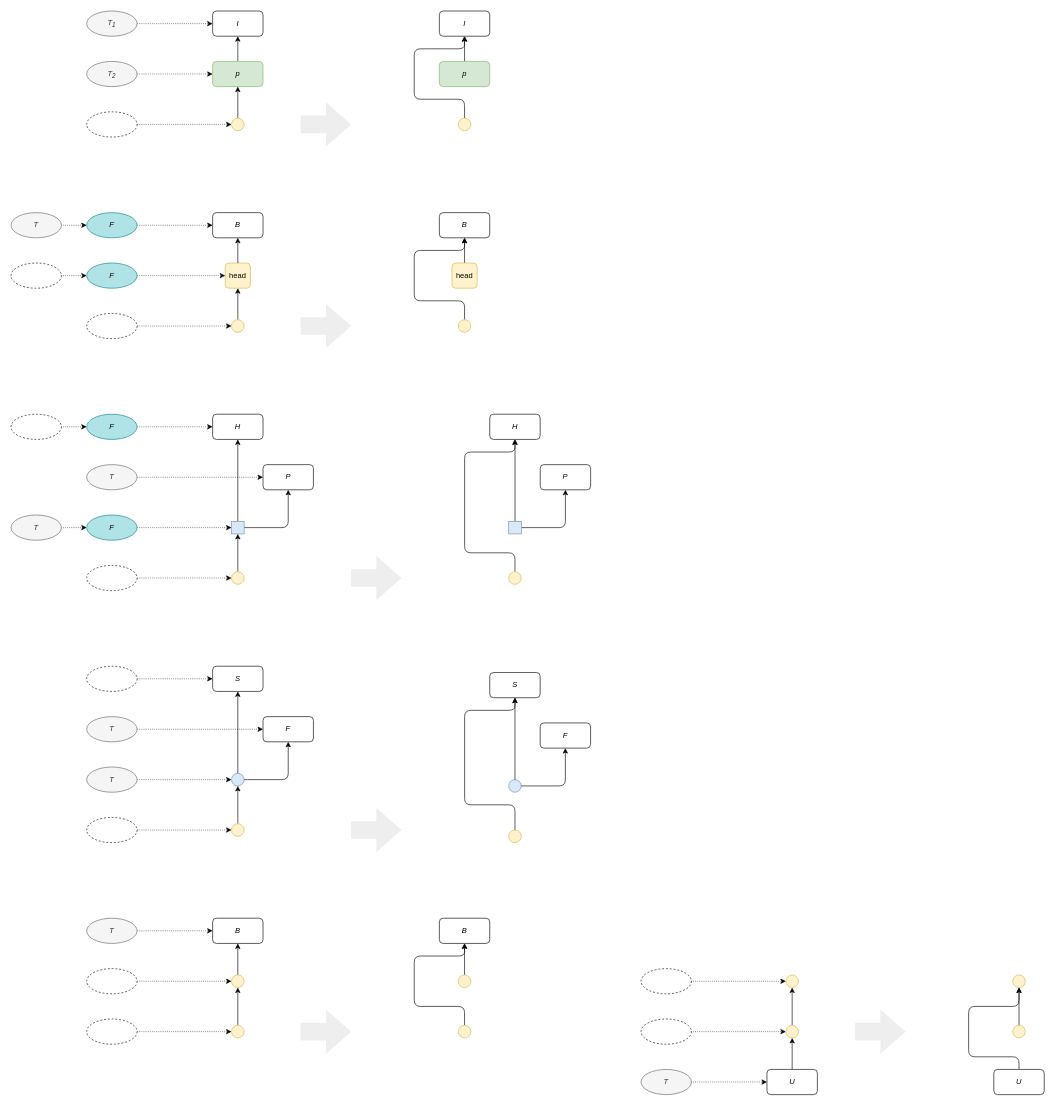
Above: page "Slot Propagation" (2 of 5) of rewrite-rules.drawio in rbt-lang/diagrams (draw.io), before the change. Source tidied: cells renumbered, new cells numbered last; positions are measured from the earlier drawing's top-left corner, leaving out a move shared by most shapes. Both pictures are drawn from the tidied source at 63%, with x=0, y=0 at pixel (11, 11).
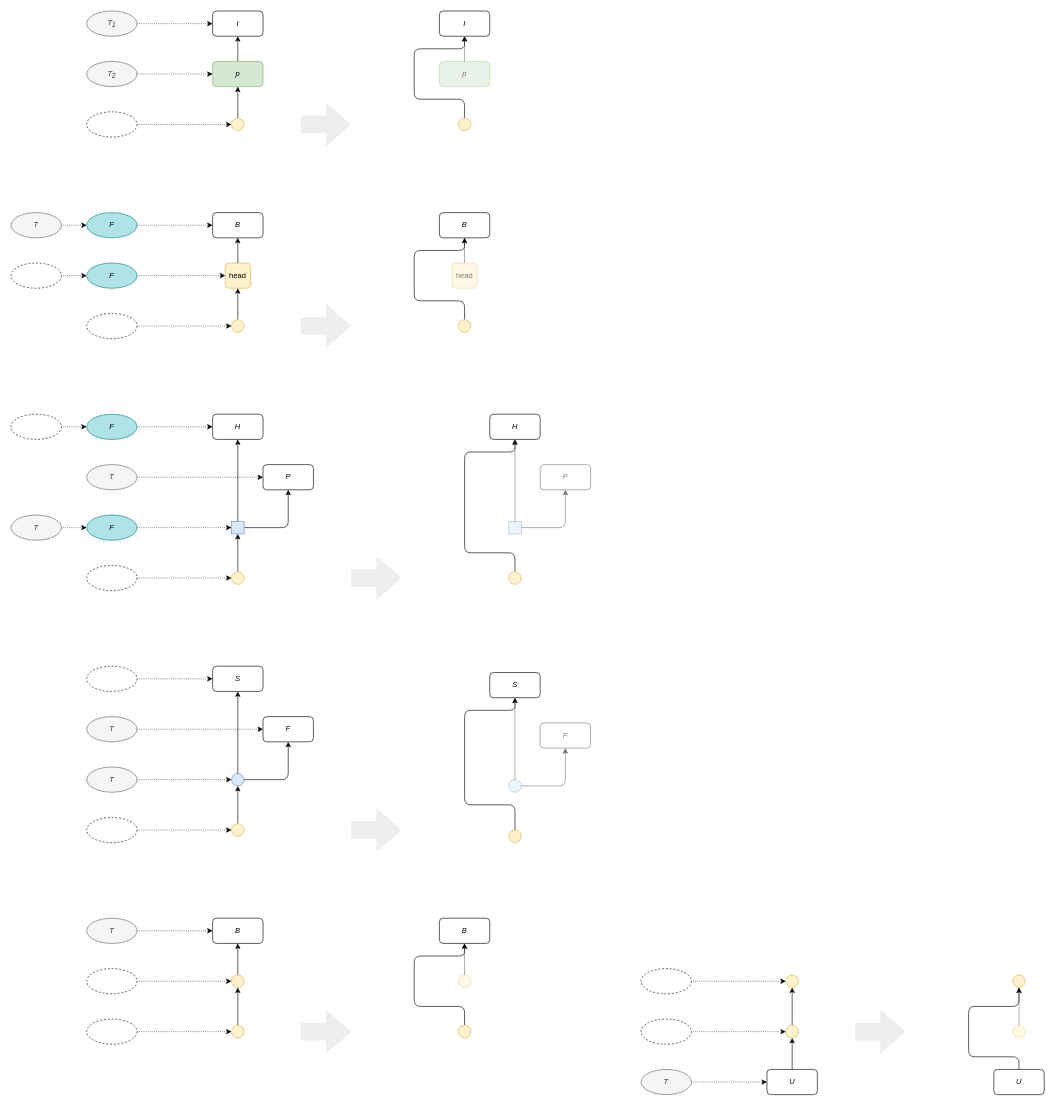
The same page after the edit.

The change refers to these unchanged cells:
```xml
<mxCell id="19" value="&lt;i&gt;I&lt;/i&gt;" style="rounded=1;whiteSpace=wrap;html=1;" parent="1" vertex="1">
  <mxGeometry x="679.9" width="80" height="40" as="geometry" />
</mxCell>
<mxCell id="27" value="&lt;i&gt;B&lt;/i&gt;" style="rounded=1;whiteSpace=wrap;html=1;" parent="1" vertex="1">
  <mxGeometry x="679.9" y="320" width="80" height="40" as="geometry" />
</mxCell>
<mxCell id="33" value="&lt;i&gt;H&lt;/i&gt;" style="rounded=1;whiteSpace=wrap;html=1;" parent="1" vertex="1">
  <mxGeometry x="759.9" y="640" width="80" height="40" as="geometry" />
</mxCell>
<mxCell id="98" value="&lt;i&gt;S&lt;/i&gt;" style="rounded=1;whiteSpace=wrap;html=1;" parent="1" vertex="1">
  <mxGeometry x="759.9" y="1050" width="80" height="40" as="geometry" />
</mxCell>
<mxCell id="103" value="&lt;i&gt;B&lt;/i&gt;" style="rounded=1;whiteSpace=wrap;html=1;" parent="1" vertex="1">
  <mxGeometry x="679.9" y="1440" width="80" height="40" as="geometry" />
</mxCell>
<mxCell id="121" style="ellipse;whiteSpace=wrap;html=1;rounded=1;shadow=0;glass=0;sketch=0;align=left;fillColor=#fff2cc;strokeColor=#d6b656;" parent="1" vertex="1">
  <mxGeometry x="1590" y="1530" width="20" height="20" as="geometry" />
</mxCell>
```

The edit, as a diff of the source:
```diff
@@
-    <mxCell id="87" style="edgeStyle=orthogonalEdgeStyle;rounded=1;jettySize=auto;html=1;entryX=0.5;entryY=1;entryDx=0;entryDy=0;startArrow=none;startFill=0;" parent="1" edge="1" source="88" target="19">
+    <mxCell id="87" style="edgeStyle=orthogonalEdgeStyle;rounded=1;jettySize=auto;html=1;entryX=0.5;entryY=1;entryDx=0;entryDy=0;startArrow=none;startFill=0;opacity=50;" parent="1" edge="1" source="88" target="19">
       <mxGeometry relative="1" as="geometry" />
     </mxCell>
-    <mxCell id="88" value="&lt;i&gt;p&lt;/i&gt;" style="rounded=1;whiteSpace=wrap;html=1;fillColor=#d5e8d4;strokeColor=#82b366;" parent="1" vertex="1">
+    <mxCell id="88" value="&lt;i&gt;p&lt;/i&gt;" style="rounded=1;whiteSpace=wrap;html=1;fillColor=#d5e8d4;strokeColor=#82b366;opacity=50;textOpacity=50;" parent="1" vertex="1">
       <mxGeometry x="679.9" y="80" width="80" height="40" as="geometry" />
     </mxCell>
-    <mxCell id="89" style="edgeStyle=orthogonalEdgeStyle;rounded=1;jettySize=auto;html=1;startArrow=none;startFill=0;entryX=0.5;entryY=1;entryDx=0;entryDy=0;" parent="1" edge="1" source="90" target="27">
+    <mxCell id="89" style="edgeStyle=orthogonalEdgeStyle;rounded=1;jettySize=auto;html=1;startArrow=none;startFill=0;entryX=0.5;entryY=1;entryDx=0;entryDy=0;opacity=50;textOpacity=50;" parent="1" edge="1" source="90" target="27">
       <mxGeometry relative="1" as="geometry" />
     </mxCell>
-    <mxCell id="90" value="head" style="rounded=1;whiteSpace=wrap;html=1;fillColor=#fff2cc;strokeColor=#d6b656;" parent="1" vertex="1">
+    <mxCell id="90" value="head" style="rounded=1;whiteSpace=wrap;html=1;fillColor=#fff2cc;strokeColor=#d6b656;opacity=50;textOpacity=50;" parent="1" vertex="1">
       <mxGeometry x="699.9" y="400" width="40" height="40" as="geometry" />
     </mxCell>
-    <mxCell id="91" style="edgeStyle=orthogonalEdgeStyle;rounded=1;jettySize=auto;html=1;entryX=0.5;entryY=1;entryDx=0;entryDy=0;" parent="1" edge="1" source="93" target="94">
+    <mxCell id="91" style="edgeStyle=orthogonalEdgeStyle;rounded=1;jettySize=auto;html=1;entryX=0.5;entryY=1;entryDx=0;entryDy=0;opacity=50;textOpacity=50;" parent="1" edge="1" source="93" target="94">
       <mxGeometry relative="1" as="geometry" />
     </mxCell>
-    <mxCell id="92" style="edgeStyle=orthogonalEdgeStyle;rounded=1;jettySize=auto;html=1;entryX=0.5;entryY=1;entryDx=0;entryDy=0;startArrow=none;startFill=0;" parent="1" edge="1" source="93" target="33">
+    <mxCell id="92" style="edgeStyle=orthogonalEdgeStyle;rounded=1;jettySize=auto;html=1;entryX=0.5;entryY=1;entryDx=0;entryDy=0;startArrow=none;startFill=0;opacity=50;textOpacity=50;" parent="1" edge="1" source="93" target="33">
       <mxGeometry relative="1" as="geometry">
         <Array as="points">
           <mxPoint x="800" y="690" />
           <mxPoint x="800" y="690" />
         </Array>
       </mxGeometry>
     </mxCell>
-    <mxCell id="93" style="rounded=0;whiteSpace=wrap;html=1;fillColor=#dae8fc;strokeColor=#6c8ebf;" parent="1" vertex="1">
+    <mxCell id="93" style="rounded=0;whiteSpace=wrap;html=1;fillColor=#dae8fc;strokeColor=#6c8ebf;opacity=50;textOpacity=50;" parent="1" vertex="1">
       <mxGeometry x="790" y="810" width="20" height="20" as="geometry" />
     </mxCell>
-    <mxCell id="94" value="&lt;i&gt;P&lt;/i&gt;" style="rounded=1;whiteSpace=wrap;html=1;" parent="1" vertex="1">
+    <mxCell id="94" value="&lt;i&gt;P&lt;/i&gt;" style="rounded=1;whiteSpace=wrap;html=1;opacity=50;textOpacity=50;" parent="1" vertex="1">
       <mxGeometry x="840" y="720" width="80" height="40" as="geometry" />
     </mxCell>
-    <mxCell id="95" style="ellipse;whiteSpace=wrap;html=1;rounded=1;shadow=0;glass=0;sketch=0;align=left;fillColor=#dae8fc;strokeColor=#6c8ebf;" parent="1" vertex="1">
+    <mxCell id="95" style="ellipse;whiteSpace=wrap;html=1;rounded=1;shadow=0;glass=0;sketch=0;align=left;fillColor=#dae8fc;strokeColor=#6c8ebf;opacity=50;textOpacity=50;" parent="1" vertex="1">
       <mxGeometry x="789.9" y="1220" width="20" height="20" as="geometry" />
     </mxCell>
-    <mxCell id="96" style="edgeStyle=orthogonalEdgeStyle;rounded=0;jettySize=auto;html=1;entryX=0.5;entryY=1;entryDx=0;entryDy=0;exitX=0.5;exitY=0;exitDx=0;exitDy=0;startArrow=none;startFill=0;" parent="1" edge="1" source="95" target="98">
+    <mxCell id="96" style="edgeStyle=orthogonalEdgeStyle;rounded=0;jettySize=auto;html=1;entryX=0.5;entryY=1;entryDx=0;entryDy=0;exitX=0.5;exitY=0;exitDx=0;exitDy=0;startArrow=none;startFill=0;opacity=50;textOpacity=50;" parent="1" edge="1" source="95" target="98">
       <mxGeometry relative="1" as="geometry" />
     </mxCell>
-    <mxCell id="97" style="edgeStyle=orthogonalEdgeStyle;rounded=1;jettySize=auto;html=1;entryX=0.5;entryY=1;entryDx=0;entryDy=0;exitX=1;exitY=0.5;exitDx=0;exitDy=0;" parent="1" edge="1" source="95" target="99">
+    <mxCell id="97" style="edgeStyle=orthogonalEdgeStyle;rounded=1;jettySize=auto;html=1;entryX=0.5;entryY=1;entryDx=0;entryDy=0;exitX=1;exitY=0.5;exitDx=0;exitDy=0;opacity=50;textOpacity=50;" parent="1" edge="1" source="95" target="99">
       <mxGeometry relative="1" as="geometry" />
     </mxCell>
@@
-    <mxCell id="99" value="&lt;i&gt;F&lt;/i&gt;" style="rounded=1;whiteSpace=wrap;html=1;" parent="1" vertex="1">
+    <mxCell id="99" value="&lt;i&gt;F&lt;/i&gt;" style="rounded=1;whiteSpace=wrap;html=1;opacity=50;textOpacity=50;" parent="1" vertex="1">
       <mxGeometry x="839.9" y="1130" width="80" height="40" as="geometry" />
     </mxCell>
@@
-    <mxCell id="102" style="edgeStyle=orthogonalEdgeStyle;rounded=0;jettySize=auto;html=1;strokeWidth=1;endArrow=classic;endFill=1;startArrow=none;startFill=0;entryX=0.5;entryY=1;entryDx=0;entryDy=0;exitX=0.5;exitY=0;exitDx=0;exitDy=0;" parent="1" edge="1" source="106" target="103">
+    <mxCell id="102" style="edgeStyle=orthogonalEdgeStyle;rounded=0;jettySize=auto;html=1;strokeWidth=1;endArrow=classic;endFill=1;startArrow=none;startFill=0;entryX=0.5;entryY=1;entryDx=0;entryDy=0;exitX=0.5;exitY=0;exitDx=0;exitDy=0;opacity=50;" parent="1" edge="1" source="106" target="103">
       <mxGeometry relative="1" as="geometry" />
     </mxCell>
@@
-    <mxCell id="106" style="ellipse;whiteSpace=wrap;html=1;rounded=1;shadow=0;glass=0;sketch=0;align=left;fillColor=#fff2cc;strokeColor=#d6b656;" parent="1" vertex="1">
+    <mxCell id="106" style="ellipse;whiteSpace=wrap;html=1;rounded=1;shadow=0;glass=0;sketch=0;align=left;fillColor=#fff2cc;strokeColor=#d6b656;opacity=50;" parent="1" vertex="1">
       <mxGeometry x="709.9" y="1530" width="20" height="20" as="geometry" />
     </mxCell>
@@
-    <mxCell id="119" style="edgeStyle=orthogonalEdgeStyle;rounded=0;jettySize=auto;html=1;startArrow=none;startFill=0;entryX=0.5;entryY=1;entryDx=0;entryDy=0;" parent="1" edge="1" source="120" target="121">
+    <mxCell id="119" style="edgeStyle=orthogonalEdgeStyle;rounded=0;jettySize=auto;html=1;startArrow=none;startFill=0;entryX=0.5;entryY=1;entryDx=0;entryDy=0;opacity=50;" parent="1" edge="1" source="120" target="121">
       <mxGeometry relative="1" as="geometry" />
     </mxCell>
-    <mxCell id="120" style="ellipse;whiteSpace=wrap;html=1;rounded=1;shadow=0;glass=0;sketch=0;align=left;fillColor=#fff2cc;strokeColor=#d6b656;" parent="1" vertex="1">
+    <mxCell id="120" style="ellipse;whiteSpace=wrap;html=1;rounded=1;shadow=0;glass=0;sketch=0;align=left;fillColor=#fff2cc;strokeColor=#d6b656;opacity=50;" parent="1" vertex="1">
       <mxGeometry x="1590" y="1610" width="20" height="20" as="geometry" />
     </mxCell>
```
